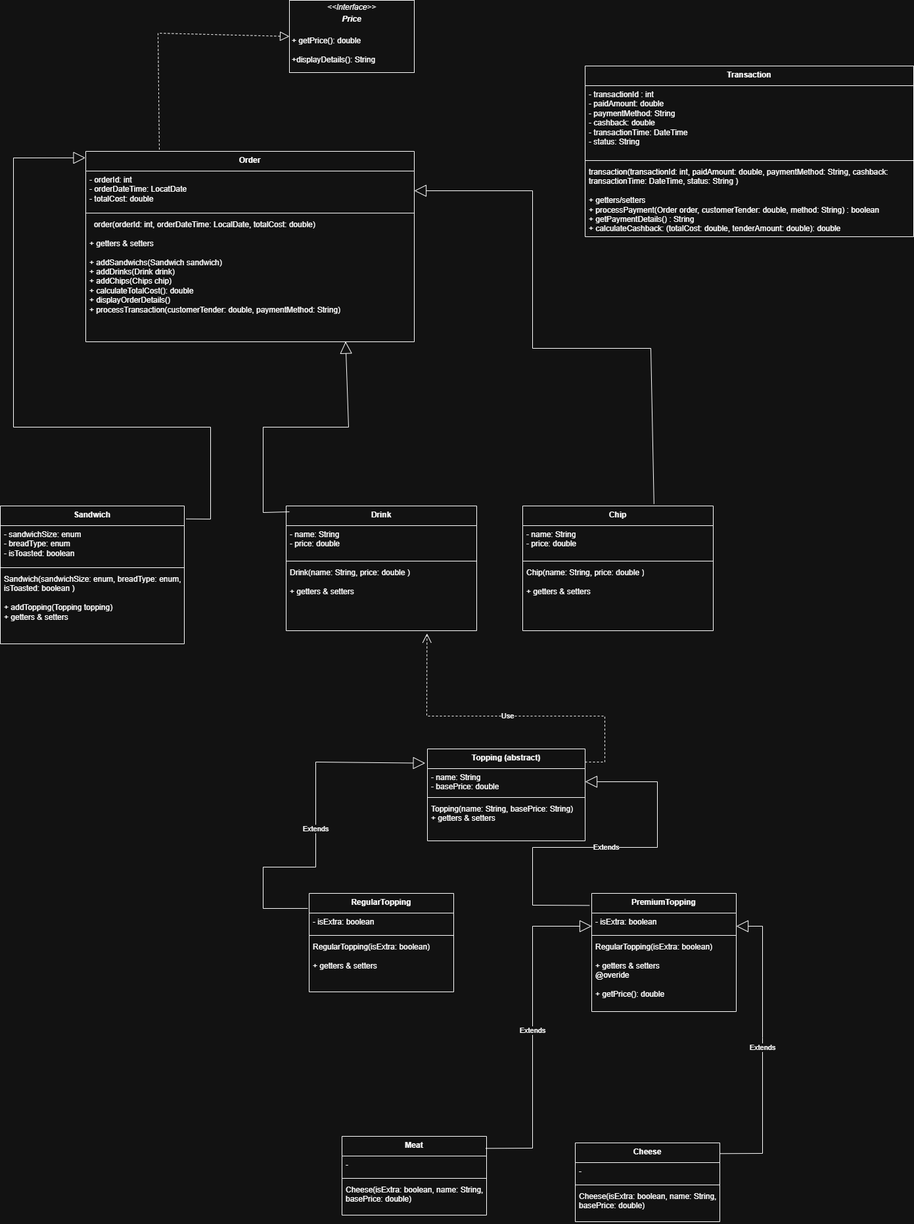
Randyglobal/DELI-cious-capstone-2- keeps this draw.io diagram as DELI-cious.drawio.png. Above is the earlier version. Source tidied: cells renumbered, new cells last; positions are measured from the earlier drawing's top-left corner, leaving out a move shared by most shapes.
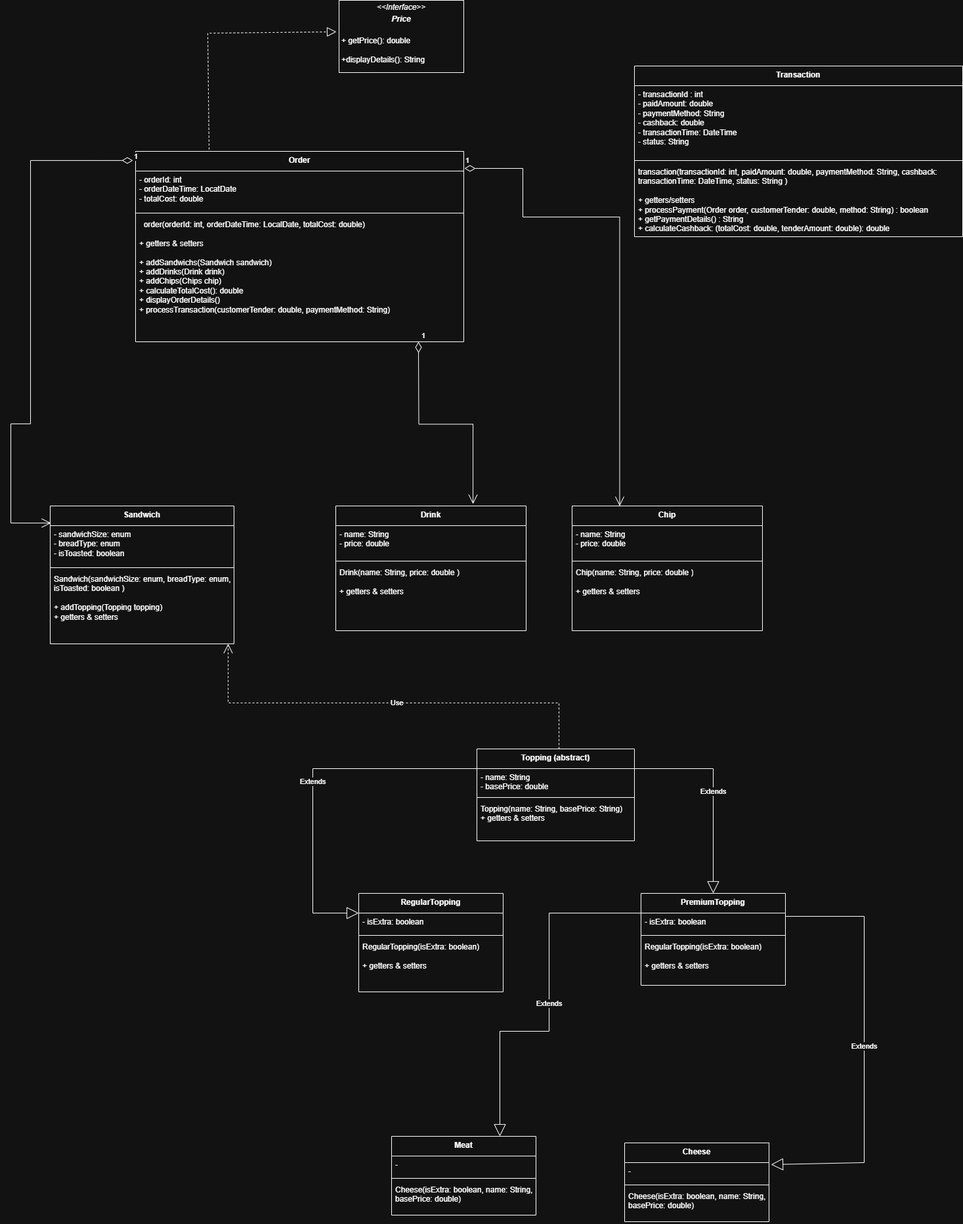
The same diagram one commit later.

Diff of the diagram source:
```diff
@@ -41,12 +41,12 @@
     <mxCell id="14" value="RegularTopping" style="swimlane;fontStyle=1;align=center;verticalAlign=top;horizontal=1;startSize=30;whiteSpace=wrap;html=1;" parent="1" vertex="1">
       <mxGeometry x="470" y="1360" width="220" height="150" as="geometry" />
     </mxCell>
-    <mxCell id="15" value="- isExtra: boolean" style="text;strokeColor=none;fillColor=none;align=left;verticalAlign=top;spacingLeft=4;spacingRight=4;overflow=hidden;whiteSpace=wrap;html=1;" parent="14" vertex="1">
-      <mxGeometry y="30" width="220" height="30" as="geometry" />
-    </mxCell>
-    <mxCell id="16" style="line;strokeWidth=1;fillColor=none;align=left;verticalAlign=middle;spacingTop=-1;spacingLeft=3;spacingRight=3;labelPosition=right;strokeColor=inherit;" parent="14" vertex="1">
-      <mxGeometry y="60" width="220" height="8" as="geometry" />
-    </mxCell>
+    <mxCell id="52" value="- isExtra: boolean" style="text;strokeColor=none;fillColor=none;align=left;verticalAlign=top;spacingLeft=4;spacingRight=4;overflow=hidden;points=[[0,0.5],[1,0.5]];portConstraint=eastwest;whiteSpace=wrap;html=1;" parent="14" vertex="1">
+      <mxGeometry y="30" width="220" height="30" as="geometry" />
+    </mxCell>
+    <mxCell id="53" style="line;strokeWidth=1;fillColor=none;align=left;verticalAlign=middle;spacingTop=-1;spacingLeft=3;spacingRight=3;labelPosition=right;strokeColor=inherit;" parent="14" vertex="1">
+      <mxGeometry y="60" width="220" height="8" as="geometry" />
+    </mxCell>
     <mxCell id="17" value="&lt;div&gt;RegularTopping(isExtra: boolean)&lt;/div&gt;&lt;div&gt;&lt;br&gt;&lt;/div&gt;&lt;div&gt;+ getters &amp;amp; setters&lt;/div&gt;" style="text;strokeColor=none;fillColor=none;align=left;verticalAlign=top;spacingLeft=4;spacingRight=4;overflow=hidden;whiteSpace=wrap;html=1;" parent="14" vertex="1">
       <mxGeometry y="68" width="220" height="82" as="geometry" />
     </mxCell>
@@ -54,26 +54,26 @@
       <mxGeometry x="440" width="190" height="110" as="geometry" />
     </mxCell>
     <mxCell id="19" value="PremiumTopping" style="swimlane;fontStyle=1;align=center;verticalAlign=top;horizontal=1;startSize=30;whiteSpace=wrap;html=1;" parent="1" vertex="1">
-      <mxGeometry x="900" y="1360" width="220" height="180" as="geometry" />
+      <mxGeometry x="900" y="1360" width="220" height="140" as="geometry" />
     </mxCell>
-    <mxCell id="20" value="- isExtra: boolean" style="text;strokeColor=none;fillColor=none;align=left;verticalAlign=top;spacingLeft=4;spacingRight=4;overflow=hidden;whiteSpace=wrap;html=1;" parent="19" vertex="1">
-      <mxGeometry y="30" width="220" height="30" as="geometry" />
-    </mxCell>
-    <mxCell id="21" style="line;strokeWidth=1;fillColor=none;align=left;verticalAlign=middle;spacingTop=-1;spacingLeft=3;spacingRight=3;labelPosition=right;strokeColor=inherit;" parent="19" vertex="1">
-      <mxGeometry y="60" width="220" height="8" as="geometry" />
-    </mxCell>
-    <mxCell id="22" value="&lt;div&gt;RegularTopping(isExtra: boolean)&lt;/div&gt;&lt;div&gt;&lt;br&gt;&lt;/div&gt;&lt;div&gt;+ getters &amp;amp; setters&lt;/div&gt;&lt;div&gt;&lt;div&gt;@overide&lt;/div&gt;&lt;/div&gt;&lt;div&gt;&lt;br&gt;&lt;/div&gt;&lt;div&gt;+ getPrice(): double&lt;/div&gt;" style="text;strokeColor=none;fillColor=none;align=left;verticalAlign=top;spacingLeft=4;spacingRight=4;overflow=hidden;whiteSpace=wrap;html=1;" parent="19" vertex="1">
-      <mxGeometry y="68" width="220" height="112" as="geometry" />
-    </mxCell>
+    <mxCell id="54" value="- isExtra: boolean" style="text;strokeColor=none;fillColor=none;align=left;verticalAlign=top;spacingLeft=4;spacingRight=4;overflow=hidden;points=[[0,0.5],[1,0.5]];portConstraint=eastwest;whiteSpace=wrap;html=1;" parent="19" vertex="1">
+      <mxGeometry y="30" width="220" height="30" as="geometry" />
+    </mxCell>
+    <mxCell id="55" style="line;strokeWidth=1;fillColor=none;align=left;verticalAlign=middle;spacingTop=-1;spacingLeft=3;spacingRight=3;labelPosition=right;strokeColor=inherit;" parent="19" vertex="1">
+      <mxGeometry y="60" width="220" height="8" as="geometry" />
+    </mxCell>
+    <mxCell id="56" value="&lt;div&gt;RegularTopping(isExtra: boolean)&lt;/div&gt;&lt;div&gt;&lt;br&gt;&lt;/div&gt;&lt;div&gt;+ getters &amp;amp; setters&lt;/div&gt;" style="text;strokeColor=none;fillColor=none;align=left;verticalAlign=top;spacingLeft=4;spacingRight=4;overflow=hidden;whiteSpace=wrap;html=1;" parent="19" vertex="1">
+      <mxGeometry y="68" width="220" height="72" as="geometry" />
+    </mxCell>
     <mxCell id="23" value="Meat" style="swimlane;fontStyle=1;align=center;verticalAlign=top;horizontal=1;startSize=30;whiteSpace=wrap;html=1;" parent="1" vertex="1">
       <mxGeometry x="520" y="1730" width="220" height="120" as="geometry" />
     </mxCell>
     <mxCell id="24" value="-&amp;nbsp;" style="text;strokeColor=none;fillColor=none;align=left;verticalAlign=top;spacingLeft=4;spacingRight=4;overflow=hidden;whiteSpace=wrap;html=1;" parent="23" vertex="1">
       <mxGeometry y="30" width="220" height="30" as="geometry" />
     </mxCell>
-    <mxCell id="25" style="line;strokeWidth=1;fillColor=none;align=left;verticalAlign=middle;spacingTop=-1;spacingLeft=3;spacingRight=3;labelPosition=right;strokeColor=inherit;" parent="23" vertex="1">
-      <mxGeometry y="60" width="220" height="8" as="geometry" />
-    </mxCell>
+    <mxCell id="57" style="line;strokeWidth=1;fillColor=none;align=left;verticalAlign=middle;spacingTop=-1;spacingLeft=3;spacingRight=3;labelPosition=right;strokeColor=inherit;" parent="23" vertex="1">
+      <mxGeometry y="60" width="220" height="8" as="geometry" />
+    </mxCell>
     <mxCell id="26" value="&lt;div&gt;Cheese(isExtra: boolean, name: String, basePrice: double)&lt;/div&gt;&lt;div&gt;&lt;br&gt;&lt;/div&gt;" style="text;strokeColor=none;fillColor=none;align=left;verticalAlign=top;spacingLeft=4;spacingRight=4;overflow=hidden;whiteSpace=wrap;html=1;" parent="23" vertex="1">
       <mxGeometry y="68" width="220" height="52" as="geometry" />
     </mxCell>
@@ -83,33 +83,33 @@
     <mxCell id="28" value="-" style="text;strokeColor=none;fillColor=none;align=left;verticalAlign=top;spacingLeft=4;spacingRight=4;overflow=hidden;points=[[0,0.5],[1,0.5]];portConstraint=eastwest;whiteSpace=wrap;html=1;" parent="27" vertex="1">
       <mxGeometry y="30" width="220" height="30" as="geometry" />
     </mxCell>
-    <mxCell id="29" style="line;strokeWidth=1;fillColor=none;align=left;verticalAlign=middle;spacingTop=-1;spacingLeft=3;spacingRight=3;labelPosition=right;strokeColor=inherit;" parent="27" vertex="1">
-      <mxGeometry y="60" width="220" height="8" as="geometry" />
-    </mxCell>
+    <mxCell id="58" style="line;strokeWidth=1;fillColor=none;align=left;verticalAlign=middle;spacingTop=-1;spacingLeft=3;spacingRight=3;labelPosition=right;strokeColor=inherit;" parent="27" vertex="1">
+      <mxGeometry y="60" width="220" height="8" as="geometry" />
+    </mxCell>
     <mxCell id="30" value="&lt;div&gt;Cheese(isExtra: boolean, name: String, basePrice: double)&lt;/div&gt;" style="text;strokeColor=none;fillColor=none;align=left;verticalAlign=top;spacingLeft=4;spacingRight=4;overflow=hidden;whiteSpace=wrap;html=1;" parent="27" vertex="1">
       <mxGeometry y="68" width="220" height="52" as="geometry" />
     </mxCell>
     <mxCell id="31" value="Drink" style="swimlane;fontStyle=1;align=center;verticalAlign=top;horizontal=1;startSize=30;whiteSpace=wrap;html=1;" parent="1" vertex="1">
       <mxGeometry x="435" y="770" width="290" height="190" as="geometry" />
     </mxCell>
-    <mxCell id="32" value="- name: String&lt;div&gt;- price: double&lt;/div&gt;" style="text;strokeColor=none;fillColor=none;align=left;verticalAlign=top;spacingLeft=4;spacingRight=4;overflow=hidden;whiteSpace=wrap;html=1;" parent="31" vertex="1">
-      <mxGeometry y="30" width="290" height="50" as="geometry" />
-    </mxCell>
-    <mxCell id="33" style="line;strokeWidth=1;fillColor=none;align=left;verticalAlign=middle;spacingTop=-1;spacingLeft=3;spacingRight=3;labelPosition=right;strokeColor=inherit;" parent="31" vertex="1">
-      <mxGeometry y="80" width="290" height="8" as="geometry" />
-    </mxCell>
+    <mxCell id="59" value="- name: String&lt;div&gt;- price: double&lt;/div&gt;" style="text;strokeColor=none;fillColor=none;align=left;verticalAlign=top;spacingLeft=4;spacingRight=4;overflow=hidden;whiteSpace=wrap;html=1;" parent="31" vertex="1">
+      <mxGeometry y="30" width="290" height="50" as="geometry" />
+    </mxCell>
+    <mxCell id="60" style="line;strokeWidth=1;fillColor=none;align=left;verticalAlign=middle;spacingTop=-1;spacingLeft=3;spacingRight=3;labelPosition=right;strokeColor=inherit;" parent="31" vertex="1">
+      <mxGeometry y="80" width="290" height="8" as="geometry" />
+    </mxCell>
     <mxCell id="34" value="&lt;div&gt;Drink(name: String, price: double )&lt;/div&gt;&lt;div&gt;&lt;br&gt;&lt;/div&gt;&lt;div&gt;+ getters &amp;amp; setters&lt;/div&gt;" style="text;strokeColor=none;fillColor=none;align=left;verticalAlign=top;spacingLeft=4;spacingRight=4;overflow=hidden;points=[[0,0.5],[1,0.5]];portConstraint=eastwest;whiteSpace=wrap;html=1;" parent="31" vertex="1">
       <mxGeometry y="88" width="290" height="102" as="geometry" />
     </mxCell>
     <mxCell id="35" value="Chip" style="swimlane;fontStyle=1;align=center;verticalAlign=top;horizontal=1;startSize=30;whiteSpace=wrap;html=1;" parent="1" vertex="1">
       <mxGeometry x="795" y="770" width="290" height="190" as="geometry" />
     </mxCell>
-    <mxCell id="36" value="- name: String&lt;div&gt;- price: double&lt;/div&gt;" style="text;strokeColor=none;fillColor=none;align=left;verticalAlign=top;spacingLeft=4;spacingRight=4;overflow=hidden;whiteSpace=wrap;html=1;" parent="35" vertex="1">
-      <mxGeometry y="30" width="290" height="50" as="geometry" />
-    </mxCell>
-    <mxCell id="37" style="line;strokeWidth=1;fillColor=none;align=left;verticalAlign=middle;spacingTop=-1;spacingLeft=3;spacingRight=3;labelPosition=right;strokeColor=inherit;" parent="35" vertex="1">
-      <mxGeometry y="80" width="290" height="8" as="geometry" />
-    </mxCell>
+    <mxCell id="61" value="- name: String&lt;div&gt;- price: double&lt;/div&gt;" style="text;strokeColor=none;fillColor=none;align=left;verticalAlign=top;spacingLeft=4;spacingRight=4;overflow=hidden;whiteSpace=wrap;html=1;" parent="35" vertex="1">
+      <mxGeometry y="30" width="290" height="50" as="geometry" />
+    </mxCell>
+    <mxCell id="62" style="line;strokeWidth=1;fillColor=none;align=left;verticalAlign=middle;spacingTop=-1;spacingLeft=3;spacingRight=3;labelPosition=right;strokeColor=inherit;" parent="35" vertex="1">
+      <mxGeometry y="80" width="290" height="8" as="geometry" />
+    </mxCell>
     <mxCell id="38" value="&lt;div&gt;Chip(name: String, price: double )&lt;/div&gt;&lt;div&gt;&lt;br&gt;&lt;/div&gt;&lt;div&gt;+ getters &amp;amp; setters&lt;/div&gt;" style="text;strokeColor=none;fillColor=none;align=left;verticalAlign=top;spacingLeft=4;spacingRight=4;overflow=hidden;whiteSpace=wrap;html=1;" parent="35" vertex="1">
       <mxGeometry y="88" width="290" height="102" as="geometry" />
     </mxCell>
@@ -125,89 +125,79 @@
     <mxCell id="42" value="&lt;div&gt;transaction(transactionId: int, paidAmount: double, paymentMethod: String, cashback: transactionTime: DateTime, status: String )&lt;/div&gt;&lt;div&gt;&lt;br&gt;&lt;/div&gt;&lt;div&gt;+ getters/setters&lt;/div&gt;+ processPayment(Order order, customerTender: double, method: String) : boolean&lt;div&gt;+ getPaymentDetails() : String&lt;/div&gt;&lt;div&gt;+ calculateCashback: (totalCost: double, tenderAmount: double): double&lt;/div&gt;&lt;div&gt;&lt;br&gt;&lt;div&gt;&lt;br&gt;&lt;/div&gt;&lt;/div&gt;" style="text;strokeColor=none;fillColor=none;align=left;verticalAlign=top;spacingLeft=4;spacingRight=4;overflow=hidden;whiteSpace=wrap;html=1;" parent="39" vertex="1">
       <mxGeometry y="148" width="500" height="112" as="geometry" />
     </mxCell>
-    <mxCell id="43" style="endArrow=block;dashed=1;endFill=0;endSize=12;html=1;rounded=0;entryX=0;entryY=0.5;entryDx=0;entryDy=0;exitX=0.224;exitY=-0.01;exitDx=0;exitDy=0;exitPerimeter=0;" parent="1" edge="1" source="2" target="18">
+    <mxCell id="43" style="endArrow=block;dashed=1;endFill=0;endSize=12;html=1;rounded=0;entryX=-0.021;entryY=0.436;entryDx=0;entryDy=0;exitX=0.224;exitY=-0.01;exitDx=0;exitDy=0;exitPerimeter=0;entryPerimeter=0;" parent="1" edge="1" source="2" target="18">
       <mxGeometry relative="1" as="geometry">
         <Array as="points">
           <mxPoint x="240" y="50" />
         </Array>
       </mxGeometry>
     </mxCell>
-    <mxCell id="44" style="endArrow=block;endSize=16;endFill=0;html=1;rounded=0;entryX=1;entryY=0.5;entryDx=0;entryDy=0;exitX=0.689;exitY=-0.016;exitDx=0;exitDy=0;exitPerimeter=0;" parent="1" edge="1" source="35" target="3">
-      <mxGeometry relative="1" as="geometry">
-        <Array as="points">
-          <mxPoint x="990" y="530" />
-          <mxPoint x="810" y="530" />
-          <mxPoint x="810" y="290" />
-        </Array>
-      </mxGeometry>
-    </mxCell>
-    <mxCell id="45" style="endArrow=block;endSize=16;endFill=0;html=1;rounded=0;entryX=0.791;entryY=0.998;entryDx=0;entryDy=0;entryPerimeter=0;exitX=0.017;exitY=0.047;exitDx=0;exitDy=0;exitPerimeter=0;" parent="1" edge="1" source="31" target="5">
-      <mxGeometry relative="1" as="geometry">
-        <Array as="points">
-          <mxPoint x="400" y="780" />
-          <mxPoint x="400" y="650" />
-          <mxPoint x="530" y="650" />
-        </Array>
-      </mxGeometry>
-    </mxCell>
-    <mxCell id="46" style="endArrow=block;endSize=16;endFill=0;html=1;rounded=0;exitX=1.01;exitY=0.094;exitDx=0;exitDy=0;exitPerimeter=0;entryX=-0.001;entryY=0.034;entryDx=0;entryDy=0;entryPerimeter=0;" parent="1" edge="1" source="6" target="2">
-      <mxGeometry relative="1" as="geometry">
-        <Array as="points">
-          <mxPoint x="320" y="790" />
-          <mxPoint x="320" y="650" />
-          <mxPoint x="20" y="650" />
-          <mxPoint x="20" y="240" />
-        </Array>
-      </mxGeometry>
-    </mxCell>
-    <mxCell id="47" value="Use" style="endArrow=open;endSize=12;dashed=1;html=1;rounded=0;entryX=0.739;entryY=1.042;entryDx=0;entryDy=0;entryPerimeter=0;" parent="1" edge="1" target="34">
+    <mxCell id="47" value="Use" style="endArrow=open;endSize=12;dashed=1;html=1;rounded=0;entryX=0.968;entryY=1;entryDx=0;entryDy=0;entryPerimeter=0;" parent="1" edge="1" target="9">
       <mxGeometry relative="1" as="geometry">
-        <mxPoint x="890" y="1160" as="sourcePoint" />
+        <mxPoint x="745.1" y="1140" as="sourcePoint" />
         <Array as="points">
-          <mxPoint x="920" y="1160" />
-          <mxPoint x="920" y="1090" />
-          <mxPoint x="649" y="1090" />
+          <mxPoint x="775.1" y="1140" />
+          <mxPoint x="775.1" y="1070" />
+          <mxPoint x="271" y="1070" />
         </Array>
       </mxGeometry>
     </mxCell>
-    <mxCell id="48" value="Extends" style="endArrow=block;endSize=16;endFill=0;html=1;rounded=0;exitX=-0.015;exitY=0.102;exitDx=0;exitDy=0;exitPerimeter=0;entryX=1;entryY=0.5;entryDx=0;entryDy=0;" parent="1" edge="1" source="19" target="11">
-      <mxGeometry relative="1" as="geometry">
-        <Array as="points">
-          <mxPoint x="810" y="1378" />
-          <mxPoint x="810" y="1290" />
-          <mxPoint x="1000" y="1290" />
-          <mxPoint x="1000" y="1190" />
-        </Array>
-      </mxGeometry>
-    </mxCell>
-    <mxCell id="49" value="Extends" style="endArrow=block;endSize=16;endFill=0;html=1;rounded=0;entryX=-0.014;entryY=0.155;entryDx=0;entryDy=0;entryPerimeter=0;exitX=-0.009;exitY=0.153;exitDx=0;exitDy=0;exitPerimeter=0;" parent="1" edge="1" source="14" target="10">
-      <mxGeometry relative="1" as="geometry">
-        <Array as="points">
-          <mxPoint x="400" y="1383" />
-          <mxPoint x="400" y="1320" />
-          <mxPoint x="480" y="1320" />
-          <mxPoint x="480" y="1160" />
-        </Array>
-      </mxGeometry>
-    </mxCell>
-    <mxCell id="50" value="Extends" style="endArrow=block;endSize=16;endFill=0;html=1;rounded=0;exitX=0.994;exitY=0.153;exitDx=0;exitDy=0;exitPerimeter=0;" parent="1" edge="1" source="23">
-      <mxGeometry relative="1" as="geometry">
-        <mxPoint x="900" y="1410" as="targetPoint" />
-        <Array as="points">
-          <mxPoint x="810" y="1748" />
-          <mxPoint x="810" y="1410" />
-        </Array>
-      </mxGeometry>
-    </mxCell>
-    <mxCell id="51" value="Extends" style="endArrow=block;endSize=16;endFill=0;html=1;rounded=0;exitX=0.998;exitY=0.136;exitDx=0;exitDy=0;exitPerimeter=0;" parent="1" edge="1" source="27">
-      <mxGeometry relative="1" as="geometry">
-        <mxPoint x="1120" y="1410" as="targetPoint" />
-        <Array as="points">
-          <mxPoint x="1160" y="1756" />
-          <mxPoint x="1160" y="1580" />
-          <mxPoint x="1160" y="1410" />
-        </Array>
-      </mxGeometry>
-    </mxCell>
+    <mxCell id="63" value="Extends" style="endArrow=block;endSize=16;endFill=0;html=1;rounded=0;exitX=0;exitY=0;exitDx=0;exitDy=0;exitPerimeter=0;entryX=0;entryY=0;entryDx=0;entryDy=0;entryPerimeter=0;" parent="1" edge="1" source="11" target="52">
+      <mxGeometry relative="1" as="geometry">
+        <Array as="points">
+          <mxPoint x="400" y="1170" />
+          <mxPoint x="400" y="1390" />
+        </Array>
+      </mxGeometry>
+    </mxCell>
+    <mxCell id="64" value="Extends" style="endArrow=block;endSize=16;endFill=0;html=1;rounded=0;entryX=0.5;entryY=0;entryDx=0;entryDy=0;" parent="1" edge="1" target="19">
+      <mxGeometry relative="1" as="geometry">
+        <mxPoint x="890" y="1170" as="sourcePoint" />
+        <Array as="points">
+          <mxPoint x="1010" y="1170" />
+        </Array>
+      </mxGeometry>
+    </mxCell>
+    <mxCell id="65" value="Extends" style="endArrow=block;endSize=16;endFill=0;html=1;rounded=0;entryX=0.75;entryY=0;entryDx=0;entryDy=0;exitX=0;exitY=0;exitDx=0;exitDy=0;exitPerimeter=0;" parent="1" edge="1" source="54" target="23">
+      <mxGeometry relative="1" as="geometry">
+        <Array as="points">
+          <mxPoint x="760" y="1390" />
+          <mxPoint x="760" y="1570" />
+          <mxPoint x="685" y="1570" />
+        </Array>
+      </mxGeometry>
+    </mxCell>
+    <mxCell id="66" value="Extends" style="endArrow=block;endSize=16;endFill=0;html=1;rounded=0;exitX=1;exitY=0.25;exitDx=0;exitDy=0;entryX=1.014;entryY=0.1;entryDx=0;entryDy=0;entryPerimeter=0;" parent="1" edge="1" source="19" target="28">
+      <mxGeometry relative="1" as="geometry">
+        <Array as="points">
+          <mxPoint x="1240" y="1395" />
+          <mxPoint x="1240" y="1770" />
+        </Array>
+      </mxGeometry>
+    </mxCell>
+    <mxCell id="67" value="1" style="endArrow=open;html=1;endSize=12;startArrow=diamondThin;startSize=14;startFill=0;edgeStyle=orthogonalEdgeStyle;align=left;verticalAlign=bottom;rounded=0;exitX=-0.008;exitY=0.048;exitDx=0;exitDy=0;exitPerimeter=0;entryX=0.004;entryY=0.124;entryDx=0;entryDy=0;entryPerimeter=0;" parent="1" edge="1" source="2" target="6">
+      <mxGeometry x="-1" y="3" relative="1" as="geometry">
+        <Array as="points">
+          <mxPoint x="-30" y="244" />
+          <mxPoint x="-30" y="645" />
+          <mxPoint x="-60" y="645" />
+          <mxPoint x="-60" y="796" />
+        </Array>
+      </mxGeometry>
+    </mxCell>
+    <mxCell id="68" value="1" style="endArrow=open;html=1;endSize=12;startArrow=diamondThin;startSize=14;startFill=0;edgeStyle=orthogonalEdgeStyle;align=left;verticalAlign=bottom;rounded=0;entryX=0.721;entryY=-0.016;entryDx=0;entryDy=0;entryPerimeter=0;" parent="1" edge="1" target="31">
+      <mxGeometry x="-1" y="3" relative="1" as="geometry">
+        <mxPoint x="561" y="520" as="sourcePoint" />
+      </mxGeometry>
+    </mxCell>
+    <mxCell id="69" value="1" style="endArrow=open;html=1;endSize=12;startArrow=diamondThin;startSize=14;startFill=0;edgeStyle=orthogonalEdgeStyle;align=left;verticalAlign=bottom;rounded=0;entryX=0.25;entryY=0;entryDx=0;entryDy=0;exitX=1.002;exitY=-0.067;exitDx=0;exitDy=0;exitPerimeter=0;" parent="1" edge="1" source="3" target="35">
+      <mxGeometry x="-1" y="3" relative="1" as="geometry">
+        <Array as="points">
+          <mxPoint x="720" y="256" />
+          <mxPoint x="720" y="330" />
+          <mxPoint x="868" y="330" />
+        </Array>
+      </mxGeometry>
+    </mxCell>
   </root>
 </mxGraphModel>
```
